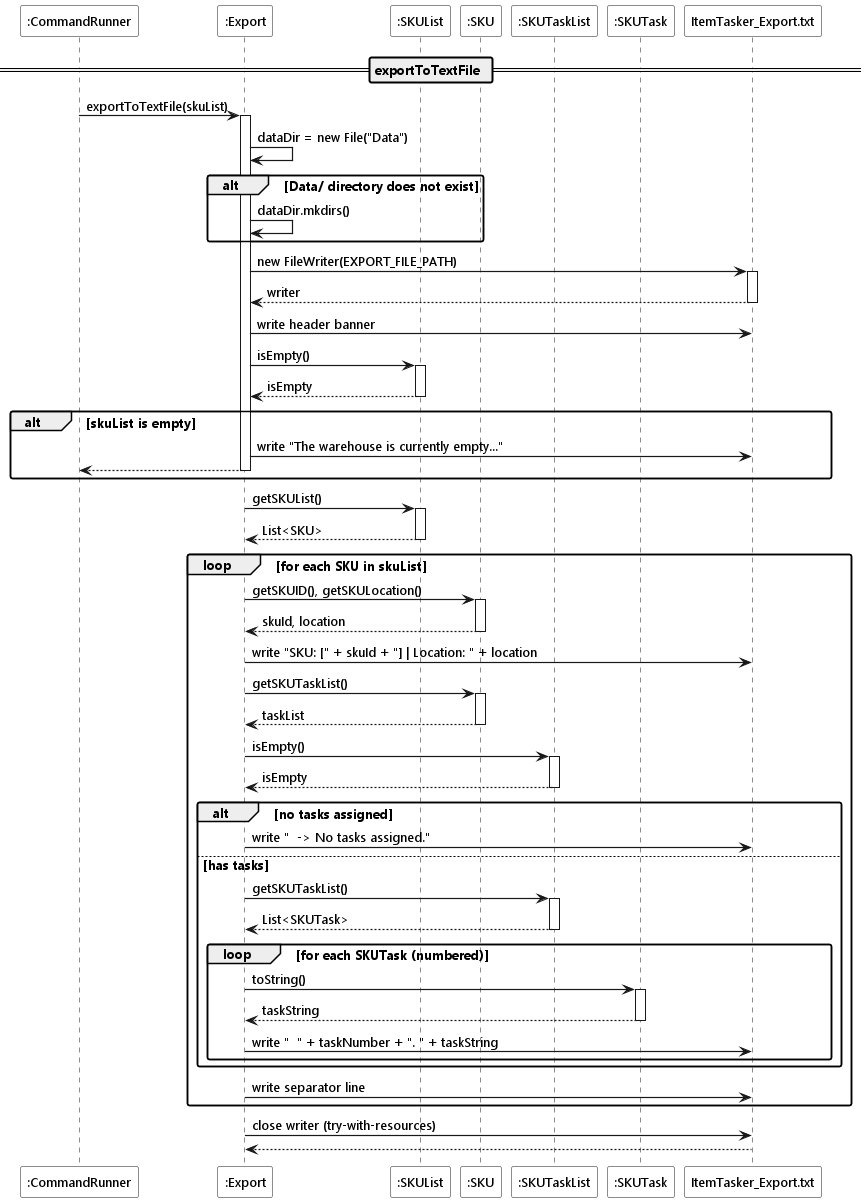
Before: docs/diagrams/storage-system/exportSequence.png, a diagram exported from PlantUML (heehaw1234/tp). Its diagram source:
```plantuml
@startuml
!include ../style.puml

Participant ":CommandRunner" as runner LOGIC_COLOR
Participant ":Export" as export STORAGE_COLOR
Participant ":SKUList" as skuList MODEL_COLOR
Participant ":SKU" as sku MODEL_COLOR
Participant ":SKUTaskList" as taskList MODEL_COLOR_T2
Participant ":SKUTask" as task MODEL_COLOR_T2
Participant "ItemTasker_Export.txt" as file UI_COLOR

== exportToTextFile ==

runner -> export ++ : exportToTextFile(skuList)

export -> export : dataDir = new File("Data")

alt Data/ directory does not exist
    export -> export : dataDir.mkdirs()
end

export -> file ++ : new FileWriter(EXPORT_FILE_PATH)
return writer

export -> file : write header banner

export -> skuList ++ : isEmpty()
return isEmpty

alt skuList is empty
    export -> file : write "The warehouse is currently empty..."
    return
end

export -> skuList ++ : getSKUList()
return List<SKU>

loop for each SKU in skuList
    export -> sku ++ : getSKUID(), getSKULocation()
    return skuId, location

    export -> file : write "SKU: [" + skuId + "] | Location: " + location

    export -> sku ++ : getSKUTaskList()
    return taskList

    export -> taskList ++ : isEmpty()
    return isEmpty

    alt no tasks assigned
        export -> file : write "  -> No tasks assigned."
    else has tasks
        export -> taskList ++ : getSKUTaskList()
        return List<SKUTask>

        loop for each SKUTask (numbered)
            export -> task ++ : toString()
            return taskString

            export -> file : write "  " + taskNumber + ". " + taskString
        end
    end

    export -> file : write separator line
end

export -> file : close writer (try-with-resources)

return
@enduml
```
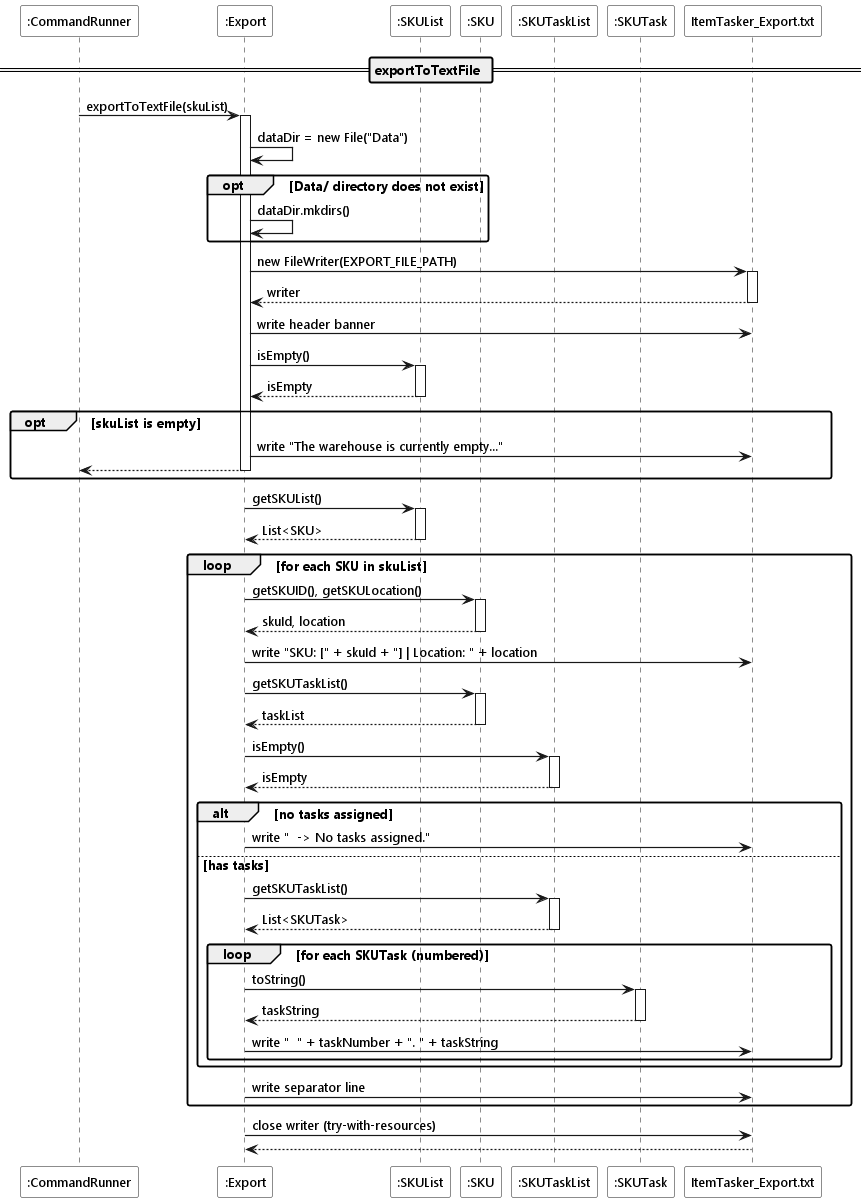
After the commit.

What changed in the source:
```diff
@@ -15,7 +15,7 @@
 
 export -> export : dataDir = new File("Data")
 
-alt Data/ directory does not exist
+opt Data/ directory does not exist
     export -> export : dataDir.mkdirs()
 end
 
@@ -27,7 +27,7 @@
 export -> skuList ++ : isEmpty()
 return isEmpty
 
-alt skuList is empty
+opt skuList is empty
     export -> file : write "The warehouse is currently empty..."
     return
 end
```
